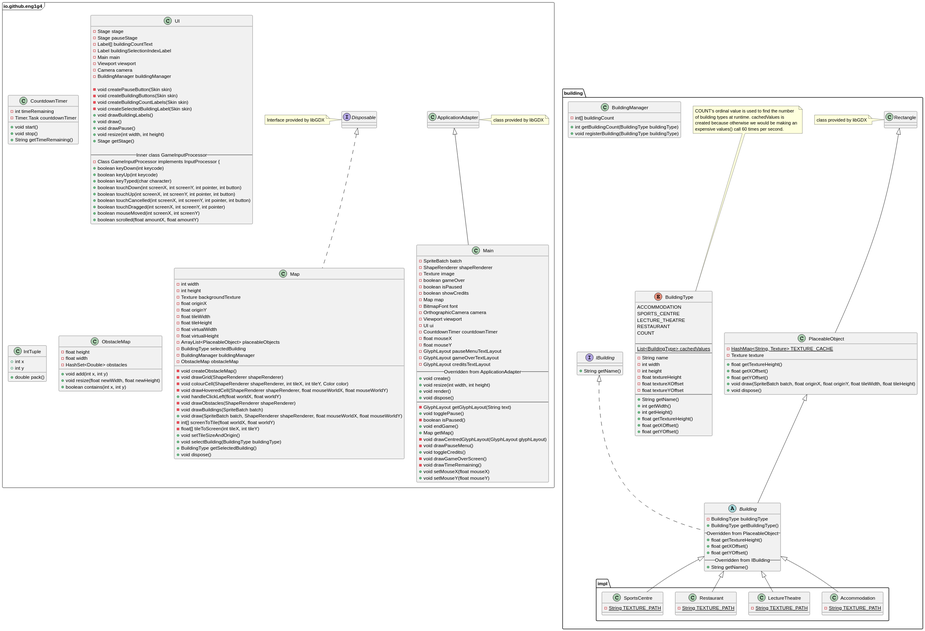
ENG1G4/a1-website keeps this PlantUML diagram as assets/architecture/Final.svg. Above is the earlier version.
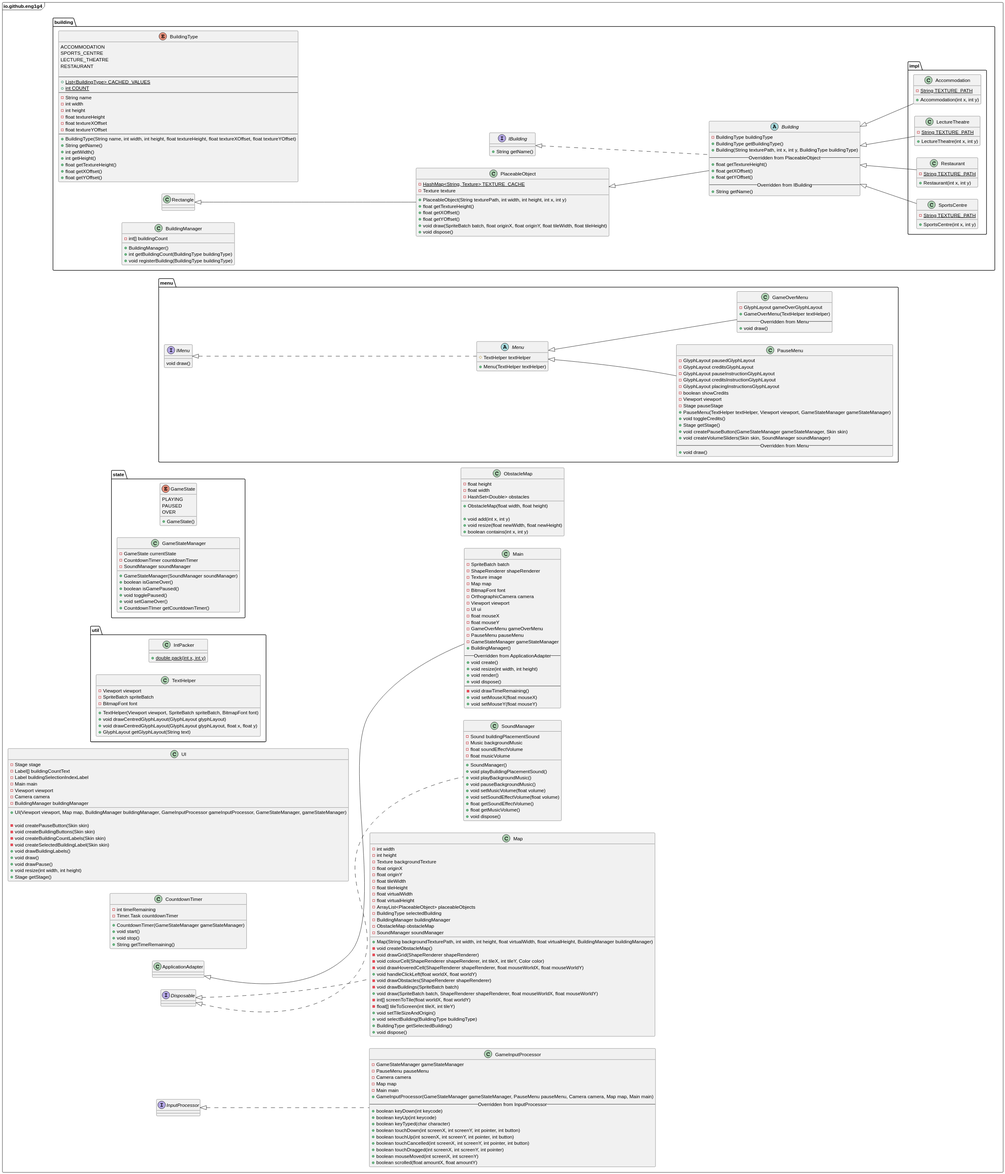
The same file after the commit.

Diff of the diagram source:
```diff
@@ -1,4 +1,5 @@
 @startuml
+left to right direction
 set separator none
 package io.github.eng1g4 <<Frame>> {
 
@@ -6,48 +7,32 @@
     -SpriteBatch batch
     -ShapeRenderer shapeRenderer
     -Texture image
-    -boolean gameOver
-    -boolean isPaused
-    -boolean showCredits
     -Map map
     -BitmapFont font
     -OrthographicCamera camera
     -Viewport viewport
     -UI ui
-    -CountdownTimer countdownTimer
     -float mouseX
     -float mouseY
-    -GlyphLayout pauseMenuTextLayout
-    -GlyphLayout gameOverTextLayout
-    -GlyphLayout creditsTextLayout
+    -GameOverMenu gameOverMenu
+    -PauseMenu pauseMenu
+    -GameStateManager gameStateManager
+    +BuildingManager()
     --Overridden from ApplicationAdapter--
     +void create()
     +void resize(int width, int height)
     +void render()
     +void dispose()
     ---
-    -GlyphLayout getGlyphLayout(String text)
-    +void togglePause()
-    -boolean isPaused()
-    +void endGame()
-    +Map getMap()
-    -void drawCentredGlyphLayout(GlyphLayout glyphLayout)
-    -void drawPauseMenu()
-    +void toggleCredits()
-    -void drawGameOverScreen()
     -void drawTimeRemaining()
     +void setMouseX(float mouseX)
     +void setMouseY(float mouseY)
   }
 
-  note right of ApplicationAdapter
-    class provided by libGDX
-  end note
-
   class CountdownTimer {
     -int timeRemaining
     -Timer.Task countdownTimer
-
+   +CountdownTimer(GameStateManager gameStateManager)
    +void start()
    +void stop()
    +String getTimeRemaining()
@@ -67,7 +52,9 @@
     -BuildingType selectedBuilding
     -BuildingManager buildingManager
     -ObstacleMap obstacleMap
+    -SoundManager soundManager
 
+    +Map(String backgroundTexturePath, int width, int height, float virtualWidth, float virtualHeight, BuildingManager buildingManager)
     -void createObstacleMap()
     -void drawGrid(ShapeRenderer shapeRenderer)
     -void colourCell(ShapeRenderer shapeRenderer, int tileX, int tileY, Color color)
@@ -84,19 +71,16 @@
     +void dispose()
   }
 
-  note left of Disposable
-    Interface provided by libGDX
-  end note
-
   class UI {
     -Stage stage
-    -Stage pauseStage
     -Label[] buildingCountText
     -Label buildingSelectionIndexLabel
     -Main main
     -Viewport viewport
     -Camera camera
     -BuildingManager buildingManager
+
+    +UI(Viewport viewport, Map map, BuildingManager buildingManager, GameInputProcessor gameInputProcessor, GameStateManager, gameStateManager)
 
     -void createPauseButton(Skin skin)
     -void createBuildingButtons(Skin skin)
@@ -107,37 +91,53 @@
     +void drawPause()
     +void resize(int width, int height)
     +Stage getStage()
+  }
 
-    --Inner class GameInputProcessor--
-    -Class GameInputProcessor implements InputProcessor {
-      +boolean keyDown(int keycode)
-      +boolean keyUp(int keycode)
-      +boolean keyTyped(char character)
-      +boolean touchDown(int screenX, int screenY, int pointer, int button)
-      +boolean touchUp(int screenX, int screenY, int pointer, int button)
-      +boolean touchCancelled(int screenX, int screenY, int pointer, int button)
-      +boolean touchDragged(int screenX, int screenY, int pointer)
-      +boolean mouseMoved(int screenX, int screenY)
-      +boolean scrolled(float amountX, float amountY)
-    }
+  class GameInputProcessor implements InputProcessor {
+    -GameStateManager gameStateManager
+    -PauseMenu pauseMenu
+    -Camera camera
+    -Map map
+    -Main main
+    +GameInputProcessor(GameStateManager gameStateManager, PauseMenu pauseMenu, Camera camera, Map map, Main main)
+    --Overridden from InputProcessor--
+    +boolean keyDown(int keycode)
+    +boolean keyUp(int keycode)
+    +boolean keyTyped(char character)
+    +boolean touchDown(int screenX, int screenY, int pointer, int button)
+    +boolean touchUp(int screenX, int screenY, int pointer, int button)
+    +boolean touchCancelled(int screenX, int screenY, int pointer, int button)
+    +boolean touchDragged(int screenX, int screenY, int pointer)
+    +boolean mouseMoved(int screenX, int screenY)
+    +boolean scrolled(float amountX, float amountY)
+  }
 
-    class IntTuple {
-      +int x
-      +int y
+  class ObstacleMap {
+    -float height
+    -float width
+    -HashSet<Double> obstacles
 
-      +double pack()
-    }
+    +ObstacleMap(float width, float height)
 
-    class ObstacleMap {
-      -float height
-      -float width
-      -HashSet<Double> obstacles
+    +void add(int x, int y)
+    +void resize(float newWidth, float newHeight)
+    +boolean contains(int x, int y)
+  }
 
-      +void add(int x, int y)
-      +void resize(float newWidth, float newHeight)
-      +boolean contains(int x, int y)
-    }
-
+  class SoundManager implements Disposable {
+    -Sound buildingPlacementSound
+    -Music backgroundMusic
+    -float soundEffectVolume
+    -float musicVolume
+    +SoundManager()
+    +void playBuildingPlacementSound()
+    +void playBackgroundMusic()
+    +void pauseBackgroundMusic()
+    +void setMusicVolume(float volume)
+    +void setSoundEffectVolume(float volume)
+    +float getSoundEffectVolume()
+    +float getMusicVolume()
+    +void dispose()
   }
 
   package building {
@@ -147,10 +147,10 @@
       SPORTS_CENTRE
       LECTURE_THEATRE
       RESTAURANT
-      COUNT
 
       ---
-      {static} List<BuildingType> cachedValues
+      +{static} List<BuildingType> CACHED_VALUES
+      +{static} int COUNT
       ---
       -String name
       -int width
@@ -159,6 +159,7 @@
       -float textureXOffset
       -float textureYOffset
       ---
+      +BuildingType(String name, int width, int height, float textureHeight, float textureXOffset, float textureYOffset)
       +String getName()
       +int getWidth()
       +int getHeight()
@@ -167,13 +168,6 @@
       +float getYOffset()
     }
 
-    note top of BuildingType
-      COUNT's ordinal value is used to find the number
-      of building types at runtime. cachedValues is
-      created because otherwise we would be making an
-      expensive values() call 60 times per second.
-    end note
-
     interface IBuilding {
       +String getName()
     }
@@ -181,6 +175,7 @@
     class PlaceableObject extends Rectangle {
       {static} -HashMap<String, Texture> TEXTURE_CACHE
       -Texture texture
+      +PlaceableObject(String texturePath, int width, int height, int x, int y)
       +float getTextureHeight()
       +float getXOffset()
       +float getYOffset()
@@ -188,13 +183,10 @@
       +void dispose()
     }
 
-    note left of Rectangle
-      class provided by libGDX
-    end note
-
     abstract class Building extends PlaceableObject implements IBuilding {
       -BuildingType buildingType
       +BuildingType getBuildingType()
+      +Building(String texturePath, int x, int y, BuildingType buildingType)
       --Overridden from PlaceableObject--
       +float getTextureHeight()
       +float getXOffset()
@@ -205,6 +197,7 @@
 
     class BuildingManager {
       -int[] buildingCount
+      +BuildingManager()
       +int getBuildingCount(BuildingType buildingType)
       +void registerBuilding(BuildingType buildingType)
     }
@@ -212,22 +205,99 @@
     package impl {
       class Accommodation extends Building {
         {static} -String TEXTURE_PATH
+        +Accommodation(int x, int y)
       }
 
       class LectureTheatre extends Building {
         {static} -String TEXTURE_PATH
+        +LectureTheatre(int x, int y)
       }
 
       class Restaurant extends Building {
         {static} -String TEXTURE_PATH
+        +Restaurant(int x, int y)
       }
 
       class SportsCentre extends Building {
         {static} -String TEXTURE_PATH
+        +SportsCentre(int x, int y)
       }
     }
 
   }
 
+  package menu {
+    interface IMenu {
+      void draw()
+    }
+
+    abstract class Menu implements IMenu {
+      #TextHelper textHelper
+      +Menu(TextHelper textHelper)
+    }
+
+    class PauseMenu extends Menu {
+      -GlyphLayout pausedGlyphLayout
+      -GlyphLayout creditsGlyphLayout
+      -GlyphLayout pauseInstructionGlyphLayout
+      -GlyphLayout creditsInstructionGlyphLayout
+      -GlyphLayout placingInstructionsGlyphLayout
+      -boolean showCredits
+      -Viewport viewport
+      -Stage pauseStage
+      +PauseMenu(TextHelper textHelper, Viewport viewport, GameStateManager gameStateManager)
+      +void toggleCredits()
+      +Stage getStage()
+      +void createPauseButton(GameStateManager gameStateManager, Skin skin)
+      +void createVolumeSliders(Skin skin, SoundManager soundManager)
+      --Overridden from Menu--
+      +void draw()
+    }
+
+    class GameOverMenu extends Menu {
+      -GlyphLayout gameOverGlyphLayout
+      +GameOverMenu(TextHelper textHelper)
+      --Overridden from Menu--
+      +void draw()
+    }
+  }
+
+  package state {
+    enum GameState {
+      PLAYING
+      PAUSED
+      OVER
+      +GameState()
+    }
+
+    class GameStateManager {
+      -GameState currentState
+      -CountdownTimer countdownTimer
+      -SoundManager soundManager
+      +GameStateManager(SoundManager soundManager)
+      +boolean isGameOver()
+      +boolean isGamePaused()
+      +void togglePaused()
+      +void setGameOver()
+      +CountdownTImer getCountdownTimer()
+    }
+  }
+
+  package util {
+    class IntPacker {
+      +{static} double pack(int x, int y)
+    }
+
+    class TextHelper {
+      -Viewport viewport
+      -SpriteBatch spriteBatch
+      -BitmapFont font
+      +TextHelper(Viewport viewport, SpriteBatch spriteBatch, BitmapFont font)
+      +void drawCentredGlyphLayout(GlyphLayout glyphLayout)
+      +void drawCentredGlyphLayout(GlyphLayout glyphLayout, float x, float y)
+      +GlyphLayout getGlyphLayout(String text)
+    }
+  }
+
 }
 @enduml
```
